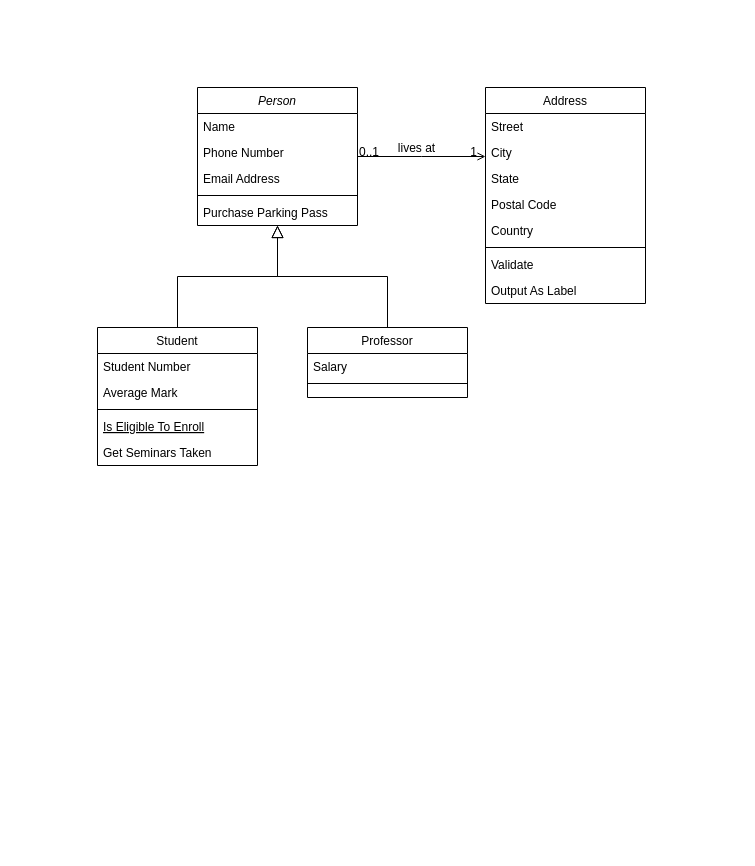
This is Başlıksız Diyagram.drawio from hllerden/CSharp, a draw.io file, before an edit. Source tidied: cells renumbered, new cells numbered last; positions are measured from the earlier drawing's top-left corner, leaving out a move shared by most shapes. Both pictures are drawn from the tidied source at 100%, with x=0, y=0 at pixel (97, 87).
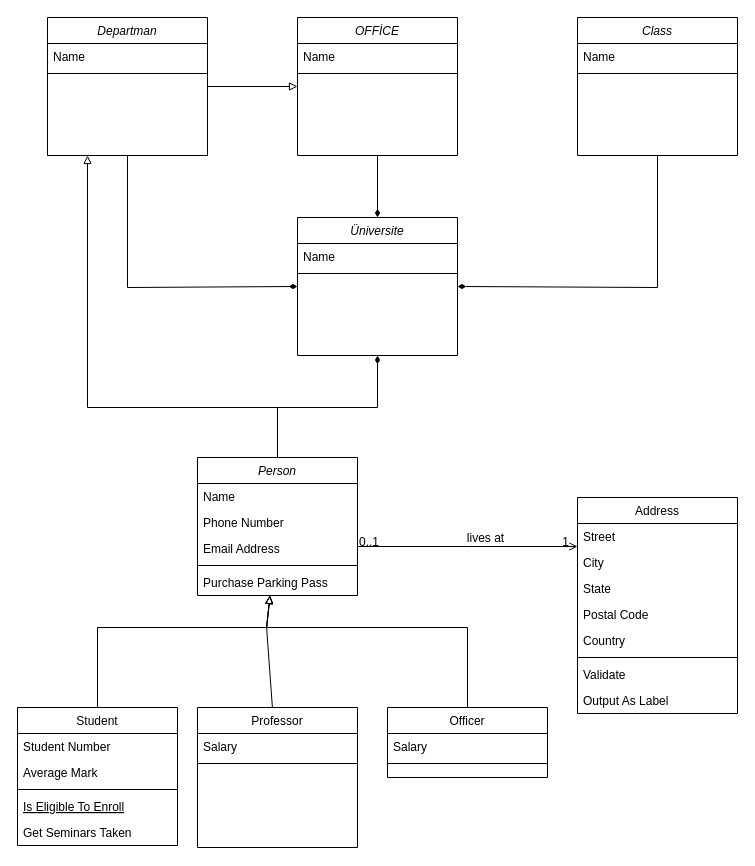
The same page after the edit.

Diff of the diagram source:
```diff
@@
+    <mxCell id="32" style="edgeStyle=none;rounded=0;sketch=0;jettySize=auto;html=1;shadow=0;endArrow=diamondThin;endFill=1;" parent="1" edge="1" source="2" target="34">
+      <mxGeometry relative="1" as="geometry">
+        <Array as="points">
+          <mxPoint x="180" y="320" />
+          <mxPoint x="280" y="320" />
+        </Array>
+      </mxGeometry>
+    </mxCell>
+    <mxCell id="33" style="edgeStyle=none;rounded=0;sketch=0;jettySize=auto;html=1;exitX=0.5;exitY=0;exitDx=0;exitDy=0;entryX=0.25;entryY=1;entryDx=0;entryDy=0;shadow=0;endArrow=block;endFill=0;" parent="1" edge="1" source="2" target="43">
+      <mxGeometry relative="1" as="geometry">
+        <Array as="points">
+          <mxPoint x="180" y="320" />
+          <mxPoint x="-10" y="320" />
+        </Array>
+      </mxGeometry>
+    </mxCell>
     <mxCell id="2" value="Person" style="swimlane;fontStyle=2;align=center;verticalAlign=top;horizontal=1;startSize=26;rounded=0;shadow=0;strokeWidth=1;" parent="1" vertex="1">
-      <mxGeometry x="100" width="160" height="138" as="geometry" />
+      <mxGeometry x="100" y="370" width="160" height="138" as="geometry" />
     </mxCell>
@@
     <mxCell id="8" value="Student" style="swimlane;fontStyle=0;align=center;verticalAlign=top;horizontal=1;startSize=26;rounded=0;shadow=0;strokeWidth=1;" parent="1" vertex="1">
-      <mxGeometry y="240" width="160" height="138" as="geometry" />
+      <mxGeometry x="-80" y="620" width="160" height="138" as="geometry" />
     </mxCell>
@@
-    <mxCell id="14" style="endArrow=block;endSize=10;endFill=0;shadow=0;strokeWidth=1;rounded=0;edgeStyle=elbowEdgeStyle;elbow=vertical;" parent="1" edge="1" source="8" target="2">
-      <mxGeometry relative="1" as="geometry" />
-    </mxCell>
     <mxCell id="15" value="Professor" style="swimlane;fontStyle=0;align=center;verticalAlign=top;horizontal=1;startSize=26;rounded=0;shadow=0;strokeWidth=1;" parent="1" vertex="1">
-      <mxGeometry x="210" y="240" width="160" height="70" as="geometry" />
+      <mxGeometry x="100" y="620" width="160" height="140" as="geometry" />
     </mxCell>
@@
-    <mxCell id="18" style="endArrow=block;endSize=10;endFill=0;shadow=0;strokeWidth=1;rounded=0;edgeStyle=elbowEdgeStyle;elbow=vertical;" parent="1" edge="1" source="15" target="2">
-      <mxGeometry relative="1" as="geometry" />
-    </mxCell>
     <mxCell id="19" value="Address" style="swimlane;fontStyle=0;align=center;verticalAlign=top;horizontal=1;startSize=26;rounded=0;shadow=0;strokeWidth=1;" parent="1" vertex="1">
-      <mxGeometry x="388" width="160" height="216" as="geometry" />
+      <mxGeometry x="480" y="410" width="160" height="216" as="geometry" />
     </mxCell>
@@
+    <mxCell id="34" value="Üniversite&#10;" style="swimlane;fontStyle=2;align=center;verticalAlign=top;horizontal=1;startSize=26;rounded=0;shadow=0;strokeWidth=1;" parent="1" vertex="1">
+      <mxGeometry x="200" y="130" width="160" height="138" as="geometry" />
+    </mxCell>
+    <mxCell id="35" value="Name" style="text;align=left;verticalAlign=top;spacingLeft=4;spacingRight=4;overflow=hidden;" parent="34" vertex="1">
+      <mxGeometry y="26" width="160" height="26" as="geometry" />
+    </mxCell>
+    <mxCell id="36" style="line;html=1;strokeWidth=1;align=left;verticalAlign=middle;spacingTop=-1;spacingLeft=3;spacingRight=3;labelPosition=right;" parent="34" vertex="1">
+      <mxGeometry y="52" width="160" height="8" as="geometry" />
+    </mxCell>
+    <mxCell id="37" value="Officer" style="swimlane;fontStyle=0;align=center;verticalAlign=top;horizontal=1;startSize=26;rounded=0;shadow=0;strokeWidth=1;" parent="1" vertex="1">
+      <mxGeometry x="290" y="620" width="160" height="70" as="geometry" />
+    </mxCell>
+    <mxCell id="38" value="Salary" style="text;align=left;verticalAlign=top;spacingLeft=4;spacingRight=4;overflow=hidden;" parent="37" vertex="1">
+      <mxGeometry y="26" width="160" height="26" as="geometry" />
+    </mxCell>
+    <mxCell id="39" style="line;html=1;strokeWidth=1;align=left;verticalAlign=middle;spacingTop=-1;spacingLeft=3;spacingRight=3;labelPosition=right;" parent="37" vertex="1">
+      <mxGeometry y="52" width="160" height="8" as="geometry" />
+    </mxCell>
+    <mxCell id="40" style="group;" parent="1" vertex="1">
+      <mxGeometry y="540" width="370" height="20" as="geometry" />
+    </mxCell>
+    <mxCell id="14" style="edgeStyle=none;rounded=0;jettySize=auto;html=1;exitX=0.5;exitY=0;exitDx=0;exitDy=0;endArrow=block;endFill=0;shadow=0;" parent="40" edge="1" source="8" target="2">
+      <mxGeometry relative="1" as="geometry">
+        <Array as="points">
+          <mxPoint />
+          <mxPoint x="169.1" />
+        </Array>
+      </mxGeometry>
+    </mxCell>
+    <mxCell id="18" style="edgeStyle=none;rounded=0;jettySize=auto;html=1;endArrow=block;endFill=0;shadow=0;" parent="40" edge="1" source="15" target="2">
+      <mxGeometry relative="1" as="geometry">
+        <Array as="points">
+          <mxPoint x="169.1" />
+        </Array>
+      </mxGeometry>
+    </mxCell>
+    <mxCell id="41" style="edgeStyle=none;rounded=0;jettySize=auto;html=1;endArrow=block;endFill=0;shadow=0;" parent="40" edge="1" source="37" target="2">
+      <mxGeometry relative="1" as="geometry">
+        <Array as="points">
+          <mxPoint x="370" />
+          <mxPoint x="169.1" />
+        </Array>
+      </mxGeometry>
+    </mxCell>
+    <mxCell id="42" style="edgeStyle=none;rounded=0;sketch=0;jettySize=auto;html=1;exitX=0.5;exitY=1;exitDx=0;exitDy=0;entryX=0;entryY=0.5;entryDx=0;entryDy=0;shadow=0;endArrow=diamondThin;endFill=1;" parent="1" edge="1" source="43" target="34">
+      <mxGeometry relative="1" as="geometry">
+        <Array as="points">
+          <mxPoint x="30" y="200" />
+        </Array>
+      </mxGeometry>
+    </mxCell>
+    <mxCell id="43" value="Departman" style="swimlane;fontStyle=2;align=center;verticalAlign=top;horizontal=1;startSize=26;rounded=0;shadow=0;strokeWidth=1;" parent="1" vertex="1">
+      <mxGeometry x="-50" y="-70" width="160" height="138" as="geometry" />
+    </mxCell>
+    <mxCell id="44" value="Name" style="text;align=left;verticalAlign=top;spacingLeft=4;spacingRight=4;overflow=hidden;" parent="43" vertex="1">
+      <mxGeometry y="26" width="160" height="26" as="geometry" />
+    </mxCell>
+    <mxCell id="45" style="line;html=1;strokeWidth=1;align=left;verticalAlign=middle;spacingTop=-1;spacingLeft=3;spacingRight=3;labelPosition=right;" parent="43" vertex="1">
+      <mxGeometry y="52" width="160" height="8" as="geometry" />
+    </mxCell>
+    <mxCell id="46" style="edgeStyle=none;rounded=0;sketch=0;jettySize=auto;html=1;exitX=0.5;exitY=1;exitDx=0;exitDy=0;entryX=0.5;entryY=0;entryDx=0;entryDy=0;shadow=0;endArrow=diamondThin;endFill=1;" parent="1" edge="1" source="47" target="34">
+      <mxGeometry relative="1" as="geometry" />
+    </mxCell>
+    <mxCell id="47" value="OFFİCE" style="swimlane;fontStyle=2;align=center;verticalAlign=top;horizontal=1;startSize=26;rounded=0;shadow=0;strokeWidth=1;" parent="1" vertex="1">
+      <mxGeometry x="200" y="-70" width="160" height="138" as="geometry" />
+    </mxCell>
+    <mxCell id="48" value="Name" style="text;align=left;verticalAlign=top;spacingLeft=4;spacingRight=4;overflow=hidden;" parent="47" vertex="1">
+      <mxGeometry y="26" width="160" height="26" as="geometry" />
+    </mxCell>
+    <mxCell id="49" style="line;html=1;strokeWidth=1;align=left;verticalAlign=middle;spacingTop=-1;spacingLeft=3;spacingRight=3;labelPosition=right;" parent="47" vertex="1">
+      <mxGeometry y="52" width="160" height="8" as="geometry" />
+    </mxCell>
+    <mxCell id="50" style="edgeStyle=none;rounded=0;sketch=0;jettySize=auto;html=1;exitX=0.5;exitY=1;exitDx=0;exitDy=0;entryX=1;entryY=0.5;entryDx=0;entryDy=0;shadow=0;endArrow=diamondThin;endFill=1;" parent="1" edge="1" source="51" target="34">
+      <mxGeometry relative="1" as="geometry">
+        <Array as="points">
+          <mxPoint x="560" y="200" />
+        </Array>
+      </mxGeometry>
+    </mxCell>
+    <mxCell id="51" value="Class&#10;" style="swimlane;fontStyle=2;align=center;verticalAlign=top;horizontal=1;startSize=26;rounded=0;shadow=0;strokeWidth=1;" parent="1" vertex="1">
+      <mxGeometry x="480" y="-70" width="160" height="138" as="geometry" />
+    </mxCell>
+    <mxCell id="52" value="Name" style="text;align=left;verticalAlign=top;spacingLeft=4;spacingRight=4;overflow=hidden;" parent="51" vertex="1">
+      <mxGeometry y="26" width="160" height="26" as="geometry" />
+    </mxCell>
+    <mxCell id="53" style="line;html=1;strokeWidth=1;align=left;verticalAlign=middle;spacingTop=-1;spacingLeft=3;spacingRight=3;labelPosition=right;" parent="51" vertex="1">
+      <mxGeometry y="52" width="160" height="8" as="geometry" />
+    </mxCell>
+    <mxCell id="54" style="edgeStyle=none;rounded=0;sketch=0;jettySize=auto;html=1;exitX=1;exitY=0.5;exitDx=0;exitDy=0;entryX=0;entryY=0.5;entryDx=0;entryDy=0;shadow=0;endArrow=block;endFill=0;" parent="1" edge="1" source="43" target="47">
+      <mxGeometry relative="1" as="geometry" />
+    </mxCell>
```
